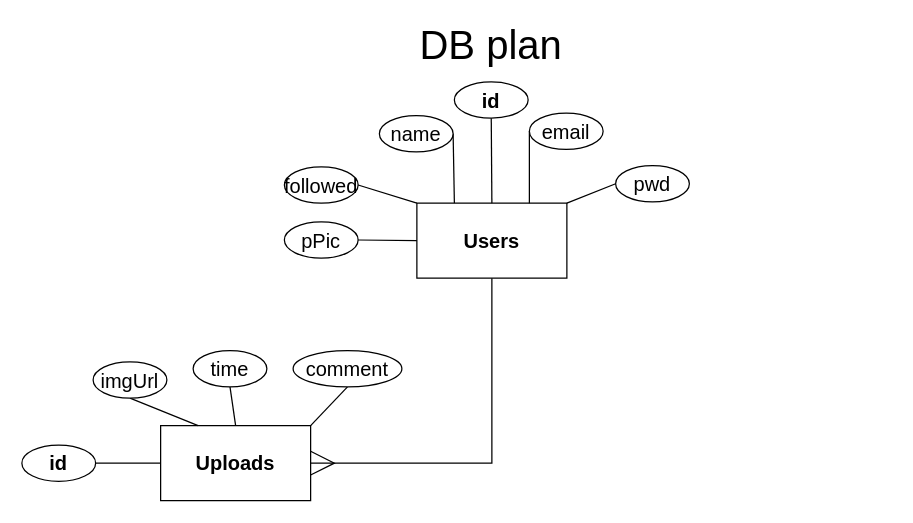
Above: page "Backend" (2 of 2) of HoldItScreenFlow.drawio in farkaslevente/HoldIt (draw.io), before the change. Source tidied: cells renumbered, new cells numbered last; positions are measured from the earlier drawing's top-left corner, leaving out a move shared by most shapes. Both pictures are drawn from the tidied source at 125%, with x=0, y=0 at pixel (21, 26).
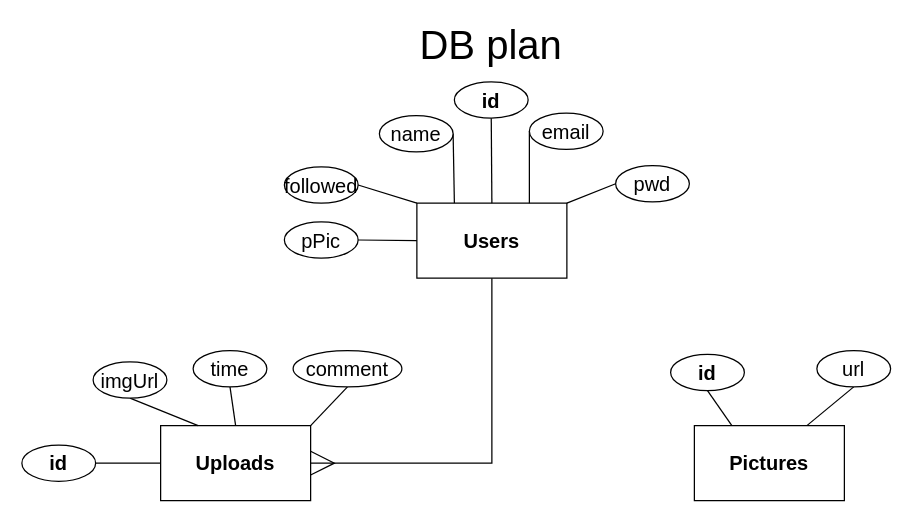
Above is the later version.

What changed in the source:
```diff
@@
+    <mxCell id="26" value="&lt;span style=&quot;border-color: var(--border-color);&quot;&gt;&lt;b&gt;Pictures&lt;/b&gt;&lt;/span&gt;" style="rounded=0;whiteSpace=wrap;html=1;fontSize=16;" parent="1" vertex="1">
+      <mxGeometry x="538" y="319" width="120" height="60" as="geometry" />
+    </mxCell>
+    <mxCell id="27" style="edgeStyle=none;curved=1;rounded=0;jettySize=auto;html=1;exitX=0.5;exitY=1;exitDx=0;exitDy=0;entryX=0.25;entryY=0;entryDx=0;entryDy=0;fontSize=12;startSize=8;endSize=8;endArrow=none;endFill=0;" parent="1" edge="1" source="28" target="26">
+      <mxGeometry relative="1" as="geometry" />
+    </mxCell>
+    <mxCell id="28" value="&lt;b&gt;id&lt;/b&gt;" style="ellipse;whiteSpace=wrap;html=1;fontSize=16;" parent="1" vertex="1">
+      <mxGeometry x="519" y="262" width="59" height="29" as="geometry" />
+    </mxCell>
+    <mxCell id="29" style="edgeStyle=none;curved=1;rounded=0;jettySize=auto;html=1;exitX=0.5;exitY=1;exitDx=0;exitDy=0;entryX=0.75;entryY=0;entryDx=0;entryDy=0;fontSize=12;startSize=8;endSize=8;endArrow=none;endFill=0;" parent="1" edge="1" source="30" target="26">
+      <mxGeometry relative="1" as="geometry" />
+    </mxCell>
+    <mxCell id="30" value="url" style="ellipse;whiteSpace=wrap;html=1;fontSize=16;" parent="1" vertex="1">
+      <mxGeometry x="636" y="259" width="59" height="29" as="geometry" />
+    </mxCell>
```
